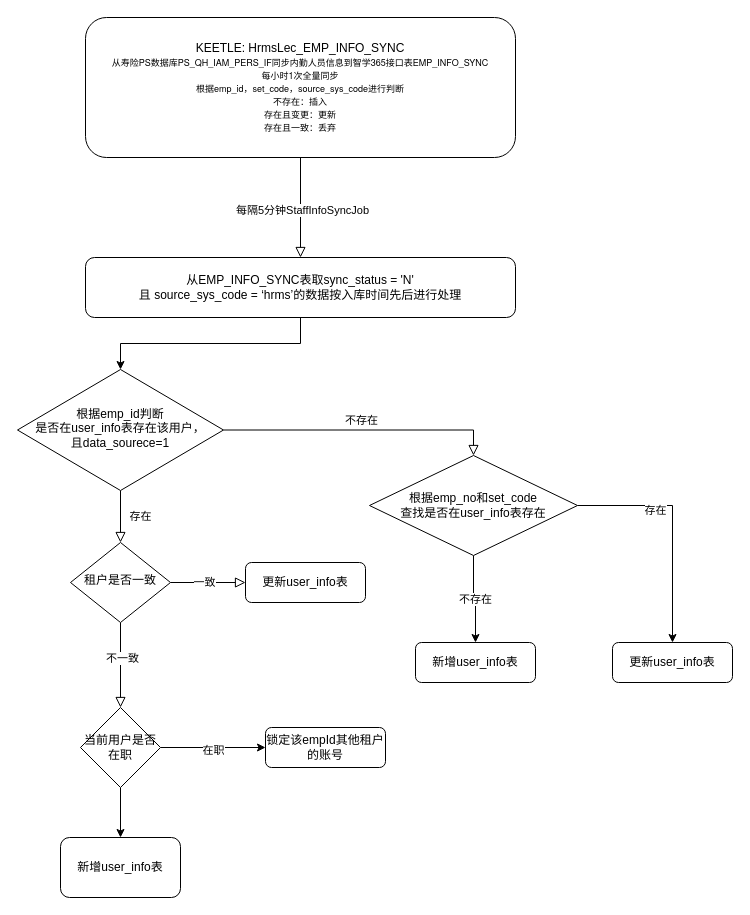
This is 人员信息同步.drawio from rainerpiao/cloud-computing, a draw.io file, before an edit. Source tidied: cells renumbered, new cells numbered last; positions are measured from the earlier drawing's top-left corner, leaving out a move shared by most shapes. Both pictures are drawn from the tidied source at 100%, with x=0, y=0 at pixel (17, 17).
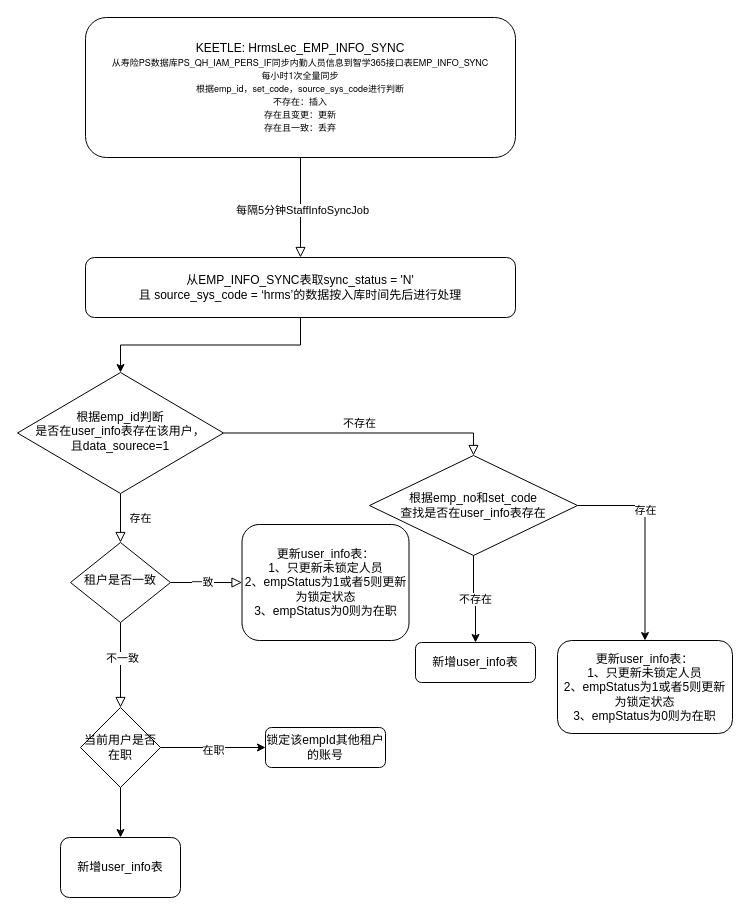
After the change.

Commit message (it also covers changes not shown here):
Update 人员信息同步.drawio

Diff of the diagram source:
```diff
@@
     <mxCell id="7" value="根据emp_id判断&lt;br&gt;是否在user_info表存在该用户，&lt;br&gt;且data_sourece=1" style="rhombus;whiteSpace=wrap;html=1;shadow=0;fontFamily=Helvetica;fontSize=12;align=center;strokeWidth=1;spacing=6;spacingTop=-4;" parent="1" vertex="1">
-      <mxGeometry y="352" width="206" height="121" as="geometry" />
+      <mxGeometry y="355" width="206" height="121" as="geometry" />
     </mxCell>
@@
-    <mxCell id="15" value="更新user_info表" style="rounded=1;whiteSpace=wrap;html=1;fontSize=12;glass=0;strokeWidth=1;shadow=0;" parent="1" vertex="1">
-      <mxGeometry x="228" y="545" width="120" height="40" as="geometry" />
+    <mxCell id="15" value="更新user_info表：&lt;br&gt;1、只更新未锁定人员&lt;br&gt;2、empStatus为1或者5则更新为锁定状态&lt;br&gt;3、empStatus为0则为在职" style="rounded=1;whiteSpace=wrap;html=1;fontSize=12;glass=0;strokeWidth=1;shadow=0;" parent="1" vertex="1">
+      <mxGeometry x="224.5" y="507" width="167" height="116" as="geometry" />
     </mxCell>
@@
-    <mxCell id="22" value="更新user_info表" style="rounded=1;whiteSpace=wrap;html=1;fontSize=12;glass=0;strokeWidth=1;shadow=0;" parent="1" vertex="1">
-      <mxGeometry x="595" y="625" width="120" height="40" as="geometry" />
+    <mxCell id="22" value="更新user_info表：&lt;br&gt;1、只更新未锁定人员&lt;br&gt;2、empStatus为1或者5则更新为锁定状态&lt;br&gt;3、empStatus为0则为在职" style="rounded=1;whiteSpace=wrap;html=1;fontSize=12;glass=0;strokeWidth=1;shadow=0;" parent="1" vertex="1">
+      <mxGeometry x="540" y="623" width="175" height="93" as="geometry" />
     </mxCell>
```
